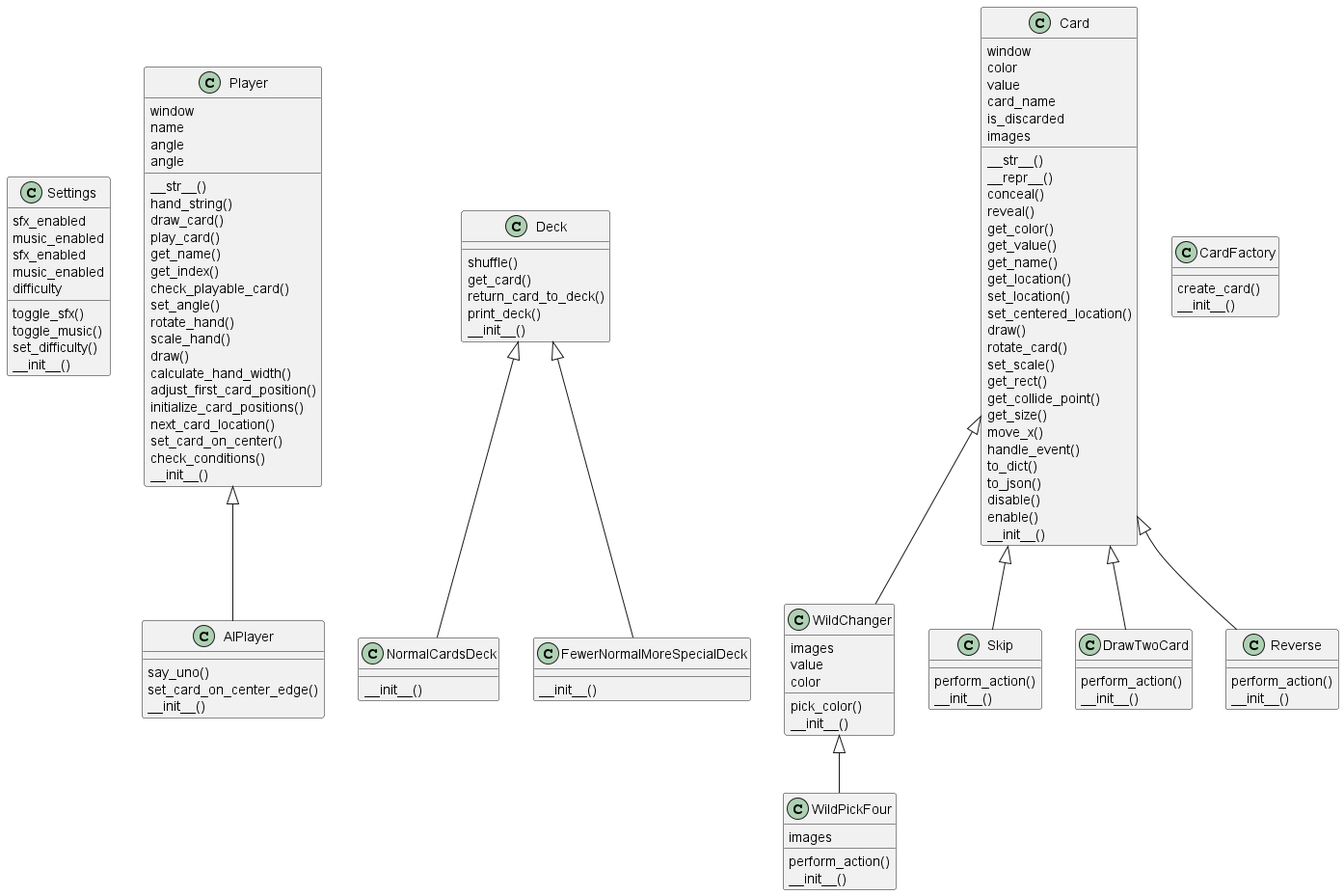
Earlier version of the PlantUML export out/model/uno_UML/uno_UML.png (mgarza86/Uno).
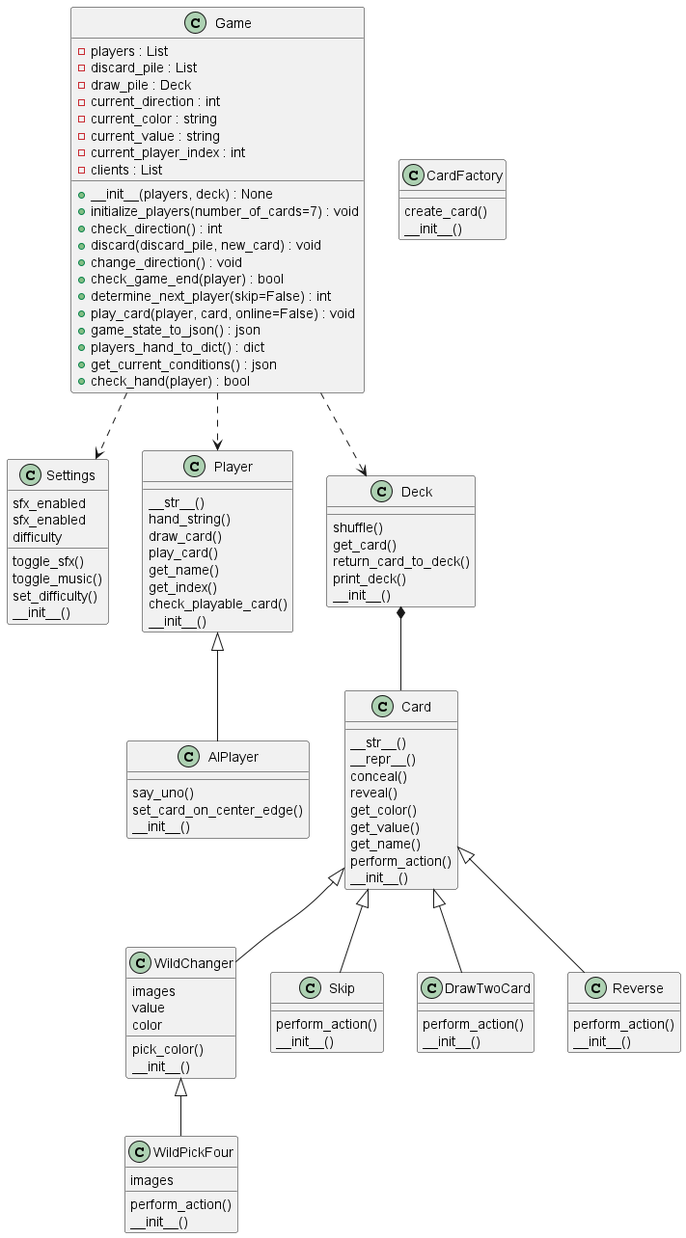
After the commit.

The edit, as a diff of the source:
```diff
@@ -4,9 +4,7 @@
     toggle_music()
     set_difficulty()
         sfx_enabled
-    music_enabled
     sfx_enabled
-    music_enabled
     difficulty
     __init__()
 }
@@ -18,20 +16,6 @@
     get_name()
     get_index()
     check_playable_card()
-    set_angle()
-    rotate_hand()
-    scale_hand()
-    draw()
-    calculate_hand_width()
-    adjust_first_card_position()
-    initialize_card_positions()
-    next_card_location()
-    set_card_on_center()
-    check_conditions()
-        window
-    name
-    angle
-    angle
     __init__()
 }
 class AIPlayer {
@@ -46,12 +30,7 @@
     print_deck()
         __init__()
 }
-class NormalCardsDeck {
-        __init__()
-}
-class FewerNormalMoreSpecialDeck {
-        __init__()
-}
+
 class Card {
     __str__()
     __repr__()
@@ -60,27 +39,7 @@
     get_color()
     get_value()
     get_name()
-    get_location()
-    set_location()
-    set_centered_location()
-    draw()
-    rotate_card()
-    set_scale()
-    get_rect()
-    get_collide_point()
-    get_size()
-    move_x()
-    handle_event()
-    to_dict()
-    to_json()
-    disable()
-    enable()
-        window
-    color
-    value
-    card_name
-    is_discarded
-    images
+    perform_action()
     __init__()
 }
 class WildChanger {
@@ -111,9 +70,36 @@
     create_card()
         __init__()
 }
+
+class Game {
+    -players : List
+    -discard_pile : List
+    -draw_pile : Deck
+    -current_direction : int
+    -current_color : string
+    -current_value : string
+    -current_player_index : int
+    -clients : List
+
+    +__init__(players, deck) : None
+    +initialize_players(number_of_cards=7) : void
+    +check_direction() : int
+    +discard(discard_pile, new_card) : void
+    +change_direction() : void
+    +check_game_end(player) : bool
+    +determine_next_player(skip=False) : int
+    +play_card(player, card, online=False) : void
+    +game_state_to_json() : json
+    +players_hand_to_dict() : dict
+    +get_current_conditions() : json
+    +check_hand(player) : bool
+}
+
 Player <|-- AIPlayer
-Deck <|-- NormalCardsDeck
-Deck <|-- FewerNormalMoreSpecialDeck
+Deck *-- Card
+Game ..> Player
+Game ..> Deck
+Game ..> Settings
 Card <|-- WildChanger
 WildChanger <|-- WildPickFour
 Card <|-- Skip
```
